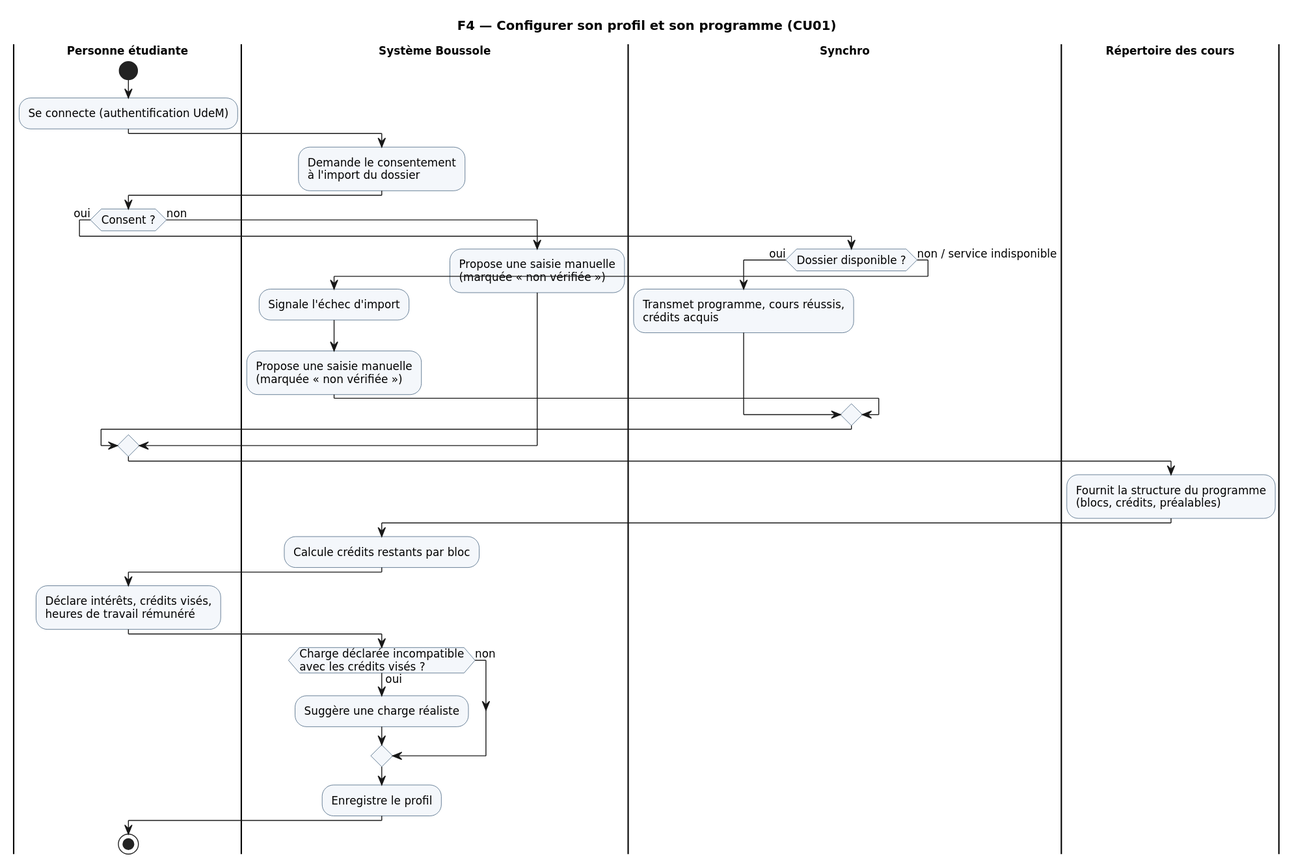
Earlier version of the PlantUML export docs/diagrammes/A2-F4-configurer-profil.svg (sndsbst-bit/IFT1225Projet).
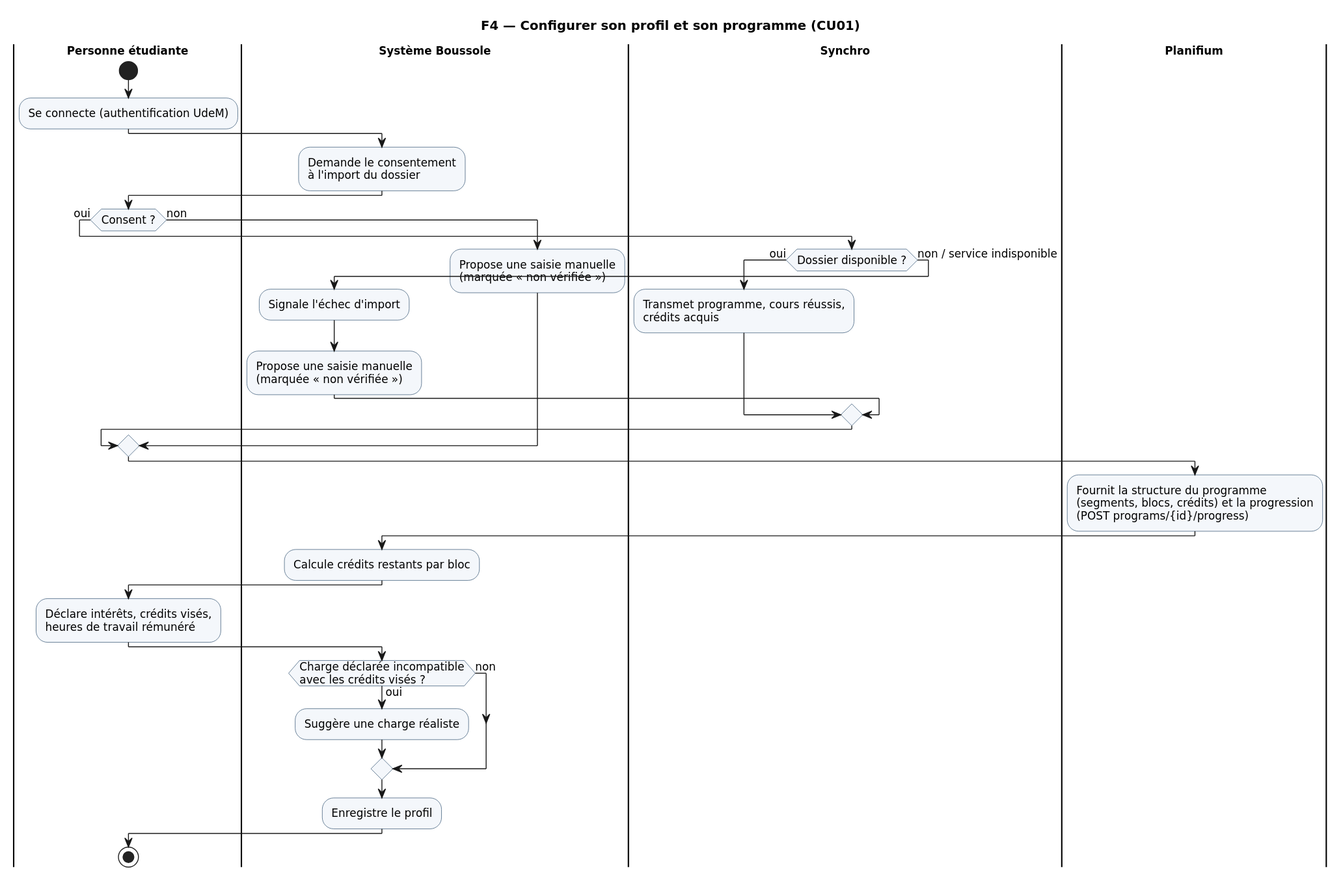
Above is the later version.

Change to the diagram source:
```diff
@@ -26,8 +26,8 @@
   |Système Boussole|
   :Propose une saisie manuelle\n(marquée « non vérifiée »);
 endif
-|Répertoire des cours|
-:Fournit la structure du programme\n(blocs, crédits, préalables);
+|Planifium|
+:Fournit la structure du programme\n(segments, blocs, crédits) et la progression\n(POST programs/{id}/progress);
 |Système Boussole|
 :Calcule crédits restants par bloc;
 |Personne étudiante|
```
